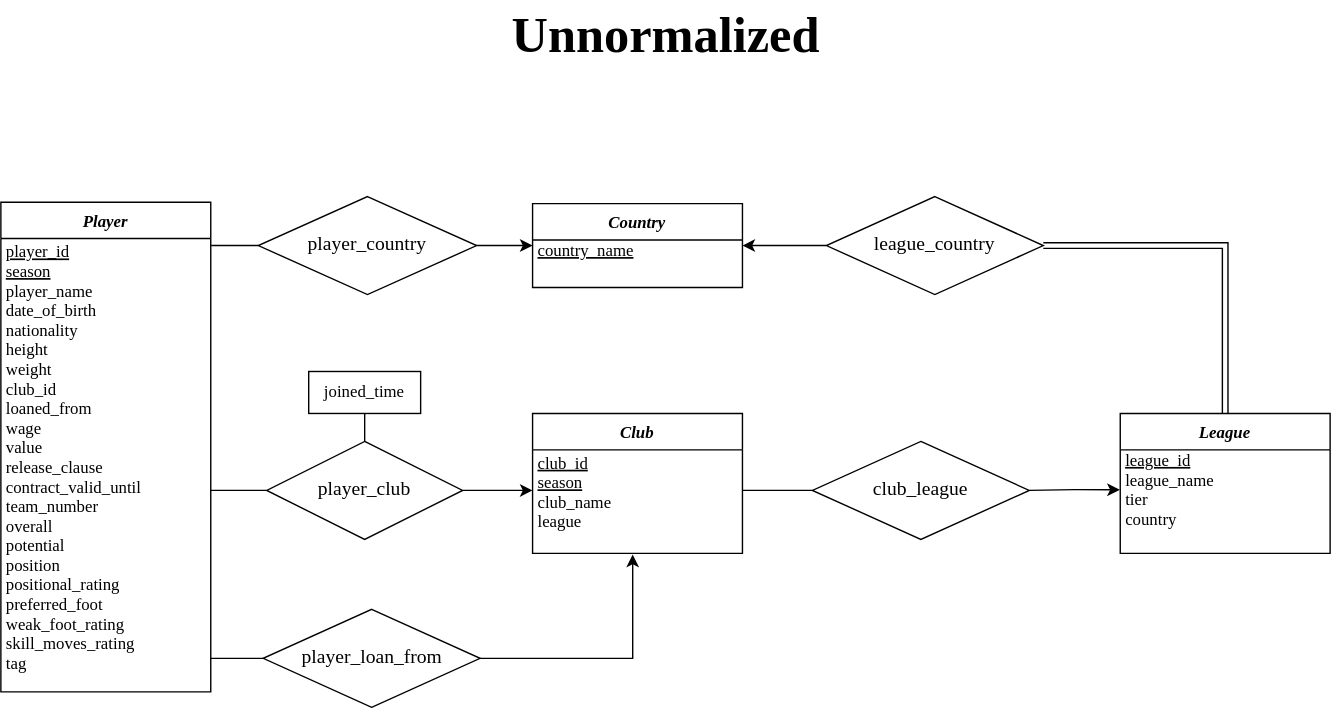
Above: ERDs/ERD-unnormalized.svg in UndertakerW/FIFADB (draw.io), before the change. Source tidied: cells renumbered, new cells last; positions are measured from the earlier drawing's top-left corner, leaving out a move shared by most shapes. The source it was exported from:
```xml
<mxGraphModel>
  <root>
    <mxCell id="0" />
    <mxCell id="1" parent="0" />
    <mxCell id="2" value="Player" style="swimlane;fontStyle=3;horizontal=1;startSize=26;fillColor=none;fontFamily=Times New Roman;spacing=0;" parent="1" vertex="1">
      <mxGeometry y="144" width="150" height="350" as="geometry" />
    </mxCell>
    <mxCell id="3" value="player_id&#10;season" style="text;strokeColor=none;fillColor=none;align=left;verticalAlign=bottom;spacingLeft=4;spacingRight=4;overflow=hidden;points=[[0,0.5],[1,0.5]];portConstraint=eastwest;fontFamily=Times New Roman;fontStyle=4;spacing=0;spacingTop=0;spacingBottom=-1;fontSize=12;labelBorderColor=none;" parent="2" vertex="1">
      <mxGeometry y="26" width="150" height="30" as="geometry" />
    </mxCell>
    <mxCell id="4" value="player_name&#10;date_of_birth&#10;nationality&#10;height&#10;weight&#10;club_id&#10;loaned_from&#10;wage&#10;value&#10;release_clause&#10;contract_valid_until&#10;team_number&#10;overall&#10;potential&#10;position&#10;positional_rating&#10;preferred_foot&#10;weak_foot_rating&#10;skill_moves_rating&#10;tag" style="text;strokeColor=none;fillColor=none;align=left;verticalAlign=top;spacingLeft=4;spacingRight=4;overflow=hidden;fontFamily=Times New Roman;fontStyle=0;spacing=0;spacingTop=-4;fontSize=12;labelBorderColor=none;" parent="2" vertex="1">
      <mxGeometry y="56" width="150" height="294" as="geometry" />
    </mxCell>
    <mxCell id="5" value="Unnormalized" style="text;html=1;align=center;verticalAlign=middle;strokeColor=none;fontFamily=Times New Roman;fontSize=36;fontStyle=1;" parent="1" vertex="1">
      <mxGeometry x="355" width="240" height="50" as="geometry" />
    </mxCell>
    <mxCell id="6" value="Club" style="swimlane;fontStyle=3;horizontal=1;startSize=26;fillColor=none;fontFamily=Times New Roman;spacing=0;" parent="1" vertex="1">
      <mxGeometry x="380" y="295" width="150" height="100" as="geometry" />
    </mxCell>
    <mxCell id="7" value="club_id&#10;season" style="text;strokeColor=none;fillColor=none;align=left;verticalAlign=bottom;spacingLeft=4;spacingRight=4;overflow=hidden;points=[[0,0.5],[1,0.5]];portConstraint=eastwest;fontFamily=Times New Roman;fontStyle=4;spacing=0;spacingTop=0;spacingBottom=-1;fontSize=12;labelBorderColor=none;" parent="6" vertex="1">
      <mxGeometry y="26" width="150" height="30" as="geometry" />
    </mxCell>
    <mxCell id="8" value="club_name&#10;league" style="text;strokeColor=none;fillColor=none;align=left;verticalAlign=top;spacingLeft=4;spacingRight=4;overflow=hidden;points=[[0,0.5],[1,0.5]];portConstraint=eastwest;fontFamily=Times New Roman;fontStyle=0;spacing=0;spacingTop=-4;fontSize=12;labelBorderColor=none;" parent="6" vertex="1">
      <mxGeometry y="56" width="150" height="44" as="geometry" />
    </mxCell>
    <mxCell id="9" style="edgeStyle=orthogonalEdgeStyle;rounded=0;jettySize=auto;html=1;exitX=-0.002;exitY=0.242;exitDx=0;exitDy=0;entryX=1;entryY=0.5;entryDx=0;entryDy=0;fontFamily=Times New Roman;fontSize=12;endArrow=none;endFill=0;startArrow=classic;startFill=1;exitPerimeter=0;" parent="1" edge="1" source="12" target="25">
      <mxGeometry relative="1" as="geometry" />
    </mxCell>
    <mxCell id="10" value="League" style="swimlane;fontStyle=3;horizontal=1;startSize=26;fillColor=none;fontFamily=Times New Roman;spacing=0;" parent="1" vertex="1">
      <mxGeometry x="800" y="295" width="150" height="100" as="geometry" />
    </mxCell>
    <mxCell id="11" value="league_id" style="text;strokeColor=none;fillColor=none;align=left;verticalAlign=bottom;spacingLeft=4;spacingRight=4;overflow=hidden;fontFamily=Times New Roman;fontStyle=4;spacing=0;spacingTop=0;spacingBottom=-1;fontSize=12;labelBorderColor=none;" parent="10" vertex="1">
      <mxGeometry y="26" width="150" height="14" as="geometry" />
    </mxCell>
    <mxCell id="12" value="league_name&#10;tier&#10;country" style="text;strokeColor=none;fillColor=none;align=left;verticalAlign=top;spacingLeft=4;spacingRight=4;overflow=hidden;points=[[0,0.5],[1,0.5]];portConstraint=eastwest;fontFamily=Times New Roman;fontStyle=0;spacing=0;spacingTop=-4;fontSize=12;labelBorderColor=none;" parent="10" vertex="1">
      <mxGeometry y="40" width="150" height="60" as="geometry" />
    </mxCell>
    <mxCell id="13" style="edgeStyle=orthogonalEdgeStyle;rounded=0;jettySize=auto;html=1;fontFamily=Times New Roman;fontSize=12;startArrow=classic;startFill=1;endArrow=none;endFill=0;strokeColor=#000000;" parent="1" edge="1" source="14" target="28">
      <mxGeometry relative="1" as="geometry" />
    </mxCell>
    <mxCell id="14" value="Country" style="swimlane;fontStyle=3;horizontal=1;startSize=26;fillColor=none;fontFamily=Times New Roman;spacing=0;" parent="1" vertex="1">
      <mxGeometry x="380" y="145" width="150" height="60" as="geometry" />
    </mxCell>
    <mxCell id="15" value="country_name" style="text;strokeColor=none;fillColor=none;align=left;verticalAlign=bottom;spacingLeft=4;spacingRight=4;overflow=hidden;fontFamily=Times New Roman;fontStyle=4;spacing=0;spacingTop=0;spacingBottom=-1;fontSize=12;labelBorderColor=none;" parent="14" vertex="1">
      <mxGeometry y="26" width="150" height="14" as="geometry" />
    </mxCell>
    <mxCell id="16" value=" " style="text;strokeColor=none;fillColor=none;align=left;verticalAlign=top;spacingLeft=4;spacingRight=4;overflow=hidden;fontFamily=Times New Roman;fontStyle=0;spacing=0;spacingTop=-4;fontSize=12;labelBorderColor=none;" parent="14" vertex="1">
      <mxGeometry y="40" width="150" height="20" as="geometry" />
    </mxCell>
    <mxCell id="17" style="edgeStyle=orthogonalEdgeStyle;rounded=0;jettySize=auto;html=1;exitX=0;exitY=0.5;exitDx=0;exitDy=0;fontFamily=Times New Roman;fontSize=12;endArrow=none;endFill=0;" parent="1" edge="1" source="19">
      <mxGeometry relative="1" as="geometry">
        <mxPoint x="150" y="350" as="targetPoint" />
      </mxGeometry>
    </mxCell>
    <mxCell id="18" style="edgeStyle=orthogonalEdgeStyle;rounded=0;jettySize=auto;html=1;fontFamily=Times New Roman;fontSize=12;endArrow=none;endFill=0;entryX=1;entryY=0.5;entryDx=0;entryDy=0;startArrow=classic;startFill=1;exitX=0;exitY=0.967;exitDx=0;exitDy=0;exitPerimeter=0;" parent="1" edge="1" source="7" target="19">
      <mxGeometry relative="1" as="geometry">
        <Array as="points">
          <mxPoint x="370" y="350" />
          <mxPoint x="370" y="350" />
        </Array>
      </mxGeometry>
    </mxCell>
    <mxCell id="19" value="&lt;font style=&quot;font-size: 14px&quot;&gt;player_club&lt;/font&gt;" style="shape=rhombus;perimeter=rhombusPerimeter;whiteSpace=wrap;html=1;align=center;fontFamily=Times New Roman;fontSize=12;" parent="1" vertex="1">
      <mxGeometry x="190" y="315" width="140" height="70" as="geometry" />
    </mxCell>
    <mxCell id="20" style="edgeStyle=orthogonalEdgeStyle;rounded=0;jettySize=auto;html=1;exitX=0.5;exitY=1;exitDx=0;exitDy=0;entryX=0.5;entryY=0;entryDx=0;entryDy=0;fontFamily=Times New Roman;fontSize=12;endArrow=none;endFill=0;" parent="1" edge="1" source="21" target="19">
      <mxGeometry relative="1" as="geometry" />
    </mxCell>
    <mxCell id="21" value="joined_time" style="whiteSpace=wrap;html=1;align=center;fontFamily=Times New Roman;fontSize=12;spacingLeft=0;" parent="1" vertex="1">
      <mxGeometry x="220" y="265" width="80" height="30" as="geometry" />
    </mxCell>
    <mxCell id="22" style="edgeStyle=orthogonalEdgeStyle;rounded=0;jettySize=auto;html=1;fontFamily=Times New Roman;fontSize=12;endArrow=none;endFill=0;startArrow=classic;startFill=1;entryX=1;entryY=0.5;entryDx=0;entryDy=0;exitX=0.477;exitY=1.019;exitDx=0;exitDy=0;exitPerimeter=0;" parent="1" edge="1" source="8" target="23">
      <mxGeometry relative="1" as="geometry">
        <Array as="points">
          <mxPoint x="452" y="470" />
        </Array>
      </mxGeometry>
    </mxCell>
    <mxCell id="23" value="&lt;span style=&quot;font-size: 14px&quot;&gt;player_loan_from&lt;/span&gt;" style="shape=rhombus;perimeter=rhombusPerimeter;whiteSpace=wrap;html=1;align=center;fontFamily=Times New Roman;fontSize=12;" parent="1" vertex="1">
      <mxGeometry x="187.5" y="435" width="155" height="70" as="geometry" />
    </mxCell>
    <mxCell id="24" style="edgeStyle=orthogonalEdgeStyle;rounded=0;jettySize=auto;html=1;entryX=0;entryY=0.5;entryDx=0;entryDy=0;fontFamily=Times New Roman;fontSize=12;endArrow=none;endFill=0;" parent="1" edge="1" target="23">
      <mxGeometry relative="1" as="geometry">
        <mxPoint x="150" y="470" as="sourcePoint" />
        <Array as="points">
          <mxPoint x="180" y="470" />
          <mxPoint x="180" y="470" />
        </Array>
      </mxGeometry>
    </mxCell>
    <mxCell id="25" value="&lt;span style=&quot;font-size: 14px&quot;&gt;club_league&lt;/span&gt;" style="shape=rhombus;perimeter=rhombusPerimeter;whiteSpace=wrap;html=1;align=center;fontFamily=Times New Roman;fontSize=12;" parent="1" vertex="1">
      <mxGeometry x="580" y="315" width="155" height="70" as="geometry" />
    </mxCell>
    <mxCell id="26" style="edgeStyle=orthogonalEdgeStyle;rounded=0;jettySize=auto;html=1;entryX=0;entryY=0.5;entryDx=0;entryDy=0;fontFamily=Times New Roman;fontSize=12;endArrow=none;endFill=0;" parent="1" edge="1" target="25">
      <mxGeometry relative="1" as="geometry">
        <mxPoint x="530" y="350" as="sourcePoint" />
        <Array as="points">
          <mxPoint x="530" y="350" />
        </Array>
      </mxGeometry>
    </mxCell>
    <mxCell id="27" style="edgeStyle=orthogonalEdgeStyle;rounded=0;jettySize=auto;html=1;exitX=1;exitY=0.5;exitDx=0;exitDy=0;entryX=0.5;entryY=0;entryDx=0;entryDy=0;fontFamily=Times New Roman;fontSize=12;endArrow=none;endFill=0;shape=link;" parent="1" edge="1" source="28" target="10">
      <mxGeometry relative="1" as="geometry" />
    </mxCell>
    <mxCell id="28" value="&lt;span style=&quot;font-size: 14px&quot;&gt;league_country&lt;/span&gt;" style="shape=rhombus;perimeter=rhombusPerimeter;whiteSpace=wrap;html=1;align=center;fontFamily=Times New Roman;fontSize=12;" parent="1" vertex="1">
      <mxGeometry x="590" y="140" width="155" height="70" as="geometry" />
    </mxCell>
    <mxCell id="29" style="edgeStyle=orthogonalEdgeStyle;rounded=0;jettySize=auto;html=1;exitX=0;exitY=0.5;exitDx=0;exitDy=0;fontFamily=Times New Roman;fontSize=12;endArrow=none;endFill=0;entryX=1.002;entryY=0.17;entryDx=0;entryDy=0;entryPerimeter=0;" parent="1" edge="1" source="30" target="3">
      <mxGeometry relative="1" as="geometry" />
    </mxCell>
    <mxCell id="30" value="&lt;span style=&quot;font-size: 14px&quot;&gt;player_country&lt;/span&gt;" style="shape=rhombus;perimeter=rhombusPerimeter;whiteSpace=wrap;html=1;align=center;fontFamily=Times New Roman;fontSize=12;" parent="1" vertex="1">
      <mxGeometry x="184" y="140" width="156" height="70" as="geometry" />
    </mxCell>
    <mxCell id="31" style="edgeStyle=orthogonalEdgeStyle;rounded=0;jettySize=auto;html=1;entryX=1;entryY=0.5;entryDx=0;entryDy=0;fontFamily=Times New Roman;fontSize=12;endArrow=none;endFill=0;startArrow=classic;startFill=1;" parent="1" edge="1" target="30">
      <mxGeometry relative="1" as="geometry">
        <mxPoint x="380" y="175" as="sourcePoint" />
        <Array as="points">
          <mxPoint x="380" y="175" />
        </Array>
      </mxGeometry>
    </mxCell>
  </root>
</mxGraphModel>
```
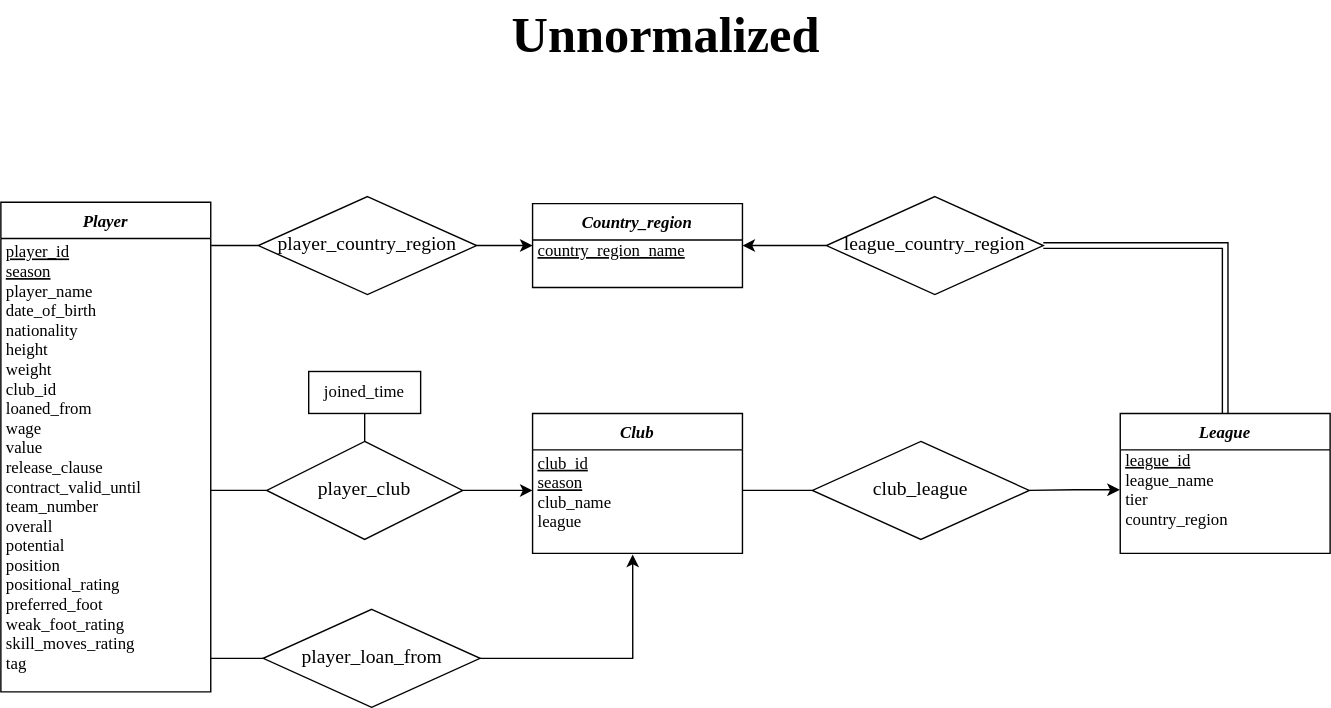
After the change.

What changed in the source:
```diff
@@ -32,16 +32,16 @@
     <mxCell id="11" value="league_id" style="text;strokeColor=none;fillColor=none;align=left;verticalAlign=bottom;spacingLeft=4;spacingRight=4;overflow=hidden;fontFamily=Times New Roman;fontStyle=4;spacing=0;spacingTop=0;spacingBottom=-1;fontSize=12;labelBorderColor=none;" parent="10" vertex="1">
       <mxGeometry y="26" width="150" height="14" as="geometry" />
     </mxCell>
-    <mxCell id="12" value="league_name&#10;tier&#10;country" style="text;strokeColor=none;fillColor=none;align=left;verticalAlign=top;spacingLeft=4;spacingRight=4;overflow=hidden;points=[[0,0.5],[1,0.5]];portConstraint=eastwest;fontFamily=Times New Roman;fontStyle=0;spacing=0;spacingTop=-4;fontSize=12;labelBorderColor=none;" parent="10" vertex="1">
+    <mxCell id="12" value="league_name&#10;tier&#10;country_region" style="text;strokeColor=none;fillColor=none;align=left;verticalAlign=top;spacingLeft=4;spacingRight=4;overflow=hidden;points=[[0,0.5],[1,0.5]];portConstraint=eastwest;fontFamily=Times New Roman;fontStyle=0;spacing=0;spacingTop=-4;fontSize=12;labelBorderColor=none;" parent="10" vertex="1">
       <mxGeometry y="40" width="150" height="60" as="geometry" />
     </mxCell>
     <mxCell id="13" style="edgeStyle=orthogonalEdgeStyle;rounded=0;jettySize=auto;html=1;fontFamily=Times New Roman;fontSize=12;startArrow=classic;startFill=1;endArrow=none;endFill=0;strokeColor=#000000;" parent="1" edge="1" source="14" target="28">
       <mxGeometry relative="1" as="geometry" />
     </mxCell>
-    <mxCell id="14" value="Country" style="swimlane;fontStyle=3;horizontal=1;startSize=26;fillColor=none;fontFamily=Times New Roman;spacing=0;" parent="1" vertex="1">
+    <mxCell id="14" value="Country_region" style="swimlane;fontStyle=3;horizontal=1;startSize=26;fillColor=none;fontFamily=Times New Roman;spacing=0;" parent="1" vertex="1">
       <mxGeometry x="380" y="145" width="150" height="60" as="geometry" />
     </mxCell>
-    <mxCell id="15" value="country_name" style="text;strokeColor=none;fillColor=none;align=left;verticalAlign=bottom;spacingLeft=4;spacingRight=4;overflow=hidden;fontFamily=Times New Roman;fontStyle=4;spacing=0;spacingTop=0;spacingBottom=-1;fontSize=12;labelBorderColor=none;" parent="14" vertex="1">
+    <mxCell id="15" value="country_region_name" style="text;strokeColor=none;fillColor=none;align=left;verticalAlign=bottom;spacingLeft=4;spacingRight=4;overflow=hidden;fontFamily=Times New Roman;fontStyle=4;spacing=0;spacingTop=0;spacingBottom=-1;fontSize=12;labelBorderColor=none;" parent="14" vertex="1">
       <mxGeometry y="26" width="150" height="14" as="geometry" />
     </mxCell>
     <mxCell id="16" value=" " style="text;strokeColor=none;fillColor=none;align=left;verticalAlign=top;spacingLeft=4;spacingRight=4;overflow=hidden;fontFamily=Times New Roman;fontStyle=0;spacing=0;spacingTop=-4;fontSize=12;labelBorderColor=none;" parent="14" vertex="1">
@@ -102,13 +102,13 @@
     <mxCell id="27" style="edgeStyle=orthogonalEdgeStyle;rounded=0;jettySize=auto;html=1;exitX=1;exitY=0.5;exitDx=0;exitDy=0;entryX=0.5;entryY=0;entryDx=0;entryDy=0;fontFamily=Times New Roman;fontSize=12;endArrow=none;endFill=0;shape=link;" parent="1" edge="1" source="28" target="10">
       <mxGeometry relative="1" as="geometry" />
     </mxCell>
-    <mxCell id="28" value="&lt;span style=&quot;font-size: 14px&quot;&gt;league_country&lt;/span&gt;" style="shape=rhombus;perimeter=rhombusPerimeter;whiteSpace=wrap;html=1;align=center;fontFamily=Times New Roman;fontSize=12;" parent="1" vertex="1">
+    <mxCell id="28" value="&lt;span style=&quot;font-size: 14px&quot;&gt;league_country_region&lt;/span&gt;" style="shape=rhombus;perimeter=rhombusPerimeter;whiteSpace=wrap;html=1;align=center;fontFamily=Times New Roman;fontSize=12;" parent="1" vertex="1">
       <mxGeometry x="590" y="140" width="155" height="70" as="geometry" />
     </mxCell>
     <mxCell id="29" style="edgeStyle=orthogonalEdgeStyle;rounded=0;jettySize=auto;html=1;exitX=0;exitY=0.5;exitDx=0;exitDy=0;fontFamily=Times New Roman;fontSize=12;endArrow=none;endFill=0;entryX=1.002;entryY=0.17;entryDx=0;entryDy=0;entryPerimeter=0;" parent="1" edge="1" source="30" target="3">
       <mxGeometry relative="1" as="geometry" />
     </mxCell>
-    <mxCell id="30" value="&lt;span style=&quot;font-size: 14px&quot;&gt;player_country&lt;/span&gt;" style="shape=rhombus;perimeter=rhombusPerimeter;whiteSpace=wrap;html=1;align=center;fontFamily=Times New Roman;fontSize=12;" parent="1" vertex="1">
+    <mxCell id="30" value="&lt;span style=&quot;font-size: 14px&quot;&gt;player_country_region&lt;/span&gt;" style="shape=rhombus;perimeter=rhombusPerimeter;whiteSpace=wrap;html=1;align=center;fontFamily=Times New Roman;fontSize=12;" parent="1" vertex="1">
       <mxGeometry x="184" y="140" width="156" height="70" as="geometry" />
     </mxCell>
     <mxCell id="31" style="edgeStyle=orthogonalEdgeStyle;rounded=0;jettySize=auto;html=1;entryX=1;entryY=0.5;entryDx=0;entryDy=0;fontFamily=Times New Roman;fontSize=12;endArrow=none;endFill=0;startArrow=classic;startFill=1;" parent="1" edge="1" target="30">
```
